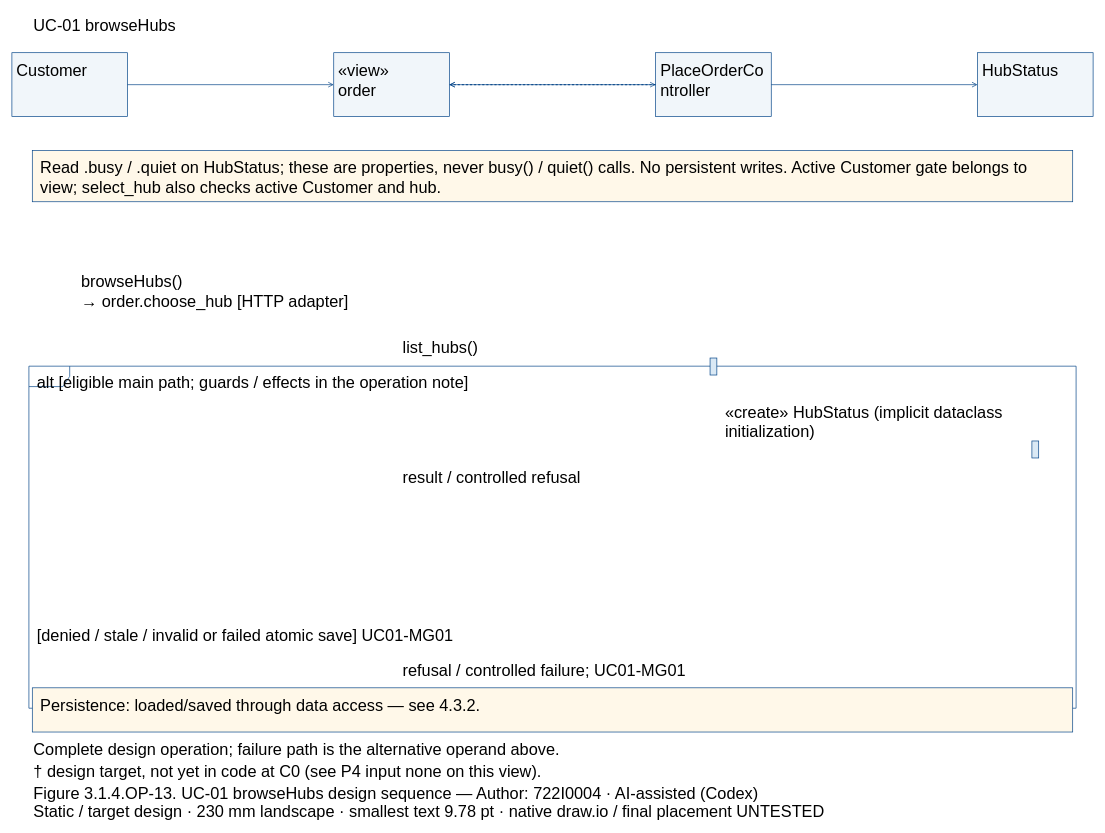
Dat071104/SaigonBite keeps this draw.io diagram as models/UC-01/seq_uc01_browseHubs.drawio. Above is the earlier version. Source tidied: cells renumbered, new cells numbered last; positions are measured from the earlier drawing's top-left corner, leaving out a move shared by most shapes. Both pictures are drawn from the tidied source at 68%, with x=0, y=0 at pixel (12, 12).
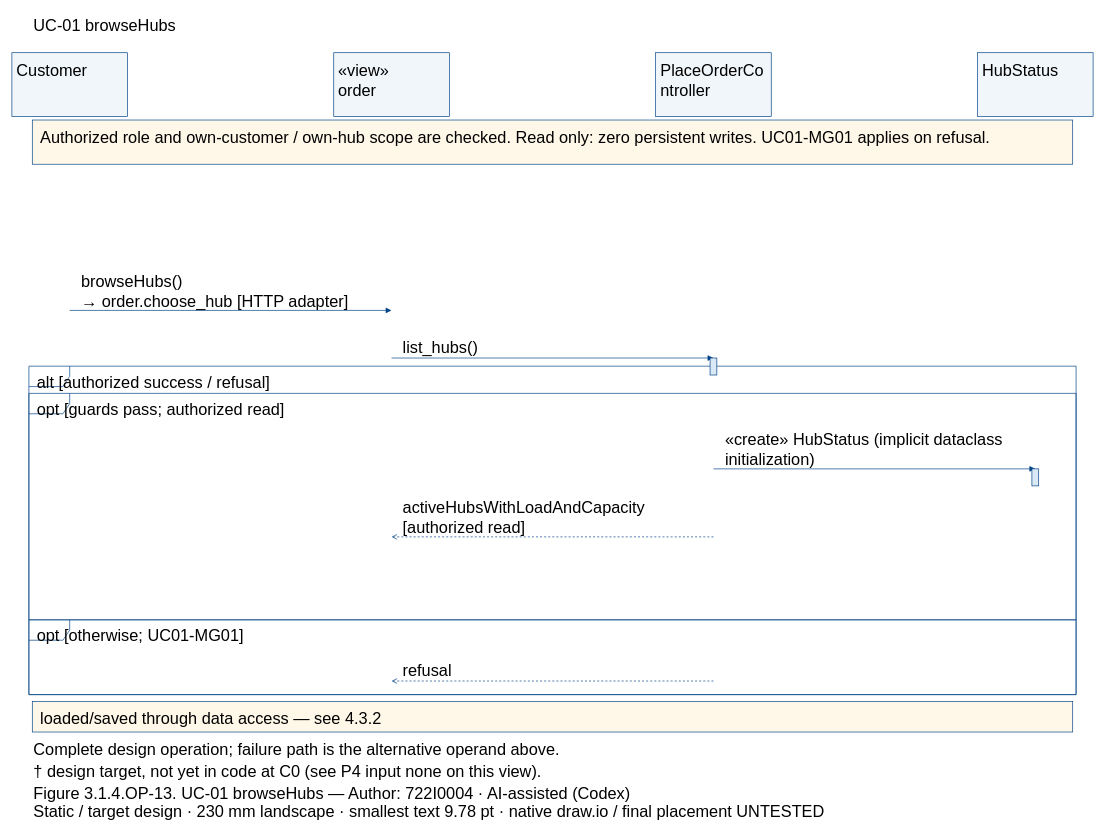
The same page after the edit.

Unchanged cells that the change refers to:
```xml
<mxCell id="3" style="fillColor=#F1F6FA;strokeColor=#004387;fontFamily=Arial;fontSize=24;whiteSpace=wrap;html=0;" parent="1" vertex="1">
  <mxGeometry y="60" width="170" height="94" as="geometry" />
</mxCell>
<mxCell id="5" style="fillColor=#F1F6FA;strokeColor=#004387;fontFamily=Arial;fontSize=24;whiteSpace=wrap;html=0;" parent="1" vertex="1">
  <mxGeometry x="473.3" y="60" width="170" height="94" as="geometry" />
</mxCell>
<mxCell id="7" style="fillColor=#F1F6FA;strokeColor=#004387;fontFamily=Arial;fontSize=24;whiteSpace=wrap;html=0;" parent="1" vertex="1">
  <mxGeometry x="946.7" y="60" width="170" height="94" as="geometry" />
</mxCell>
<mxCell id="9" style="fillColor=#F1F6FA;strokeColor=#004387;fontFamily=Arial;fontSize=24;whiteSpace=wrap;html=0;" parent="1" vertex="1">
  <mxGeometry x="1420" y="60" width="170" height="94" as="geometry" />
</mxCell>
```

Diff of the diagram source:
```diff
@@
-    <mxCell id="11" style="fillColor=white;strokeColor=#004387;shape=umlFrame;fillColor=none;fontFamily=Arial;fontSize=24;whiteSpace=wrap;html=0;" parent="1" vertex="1">
-      <mxGeometry x="25" y="521" width="1540" height="503" as="geometry" />
-    </mxCell>
-    <mxCell id="12" value="alt [eligible main path; guards / effects in the operation note]" style="text;align=left;verticalAlign=top;strokeColor=none;fillColor=none;fontFamily=Arial;fontSize=24;whiteSpace=wrap;html=0;" parent="1" vertex="1">
-      <mxGeometry x="35" y="524" width="1520" height="27.6" as="geometry" />
-    </mxCell>
-    <mxCell id="13" value="[denied / stale / invalid or failed atomic save] UC01-MG01" style="text;align=left;verticalAlign=top;strokeColor=none;fillColor=none;fontFamily=Arial;fontSize=24;whiteSpace=wrap;html=0;" parent="1" vertex="1">
-      <mxGeometry x="35" y="897" width="1520" height="27.6" as="geometry" />
-    </mxCell>
-    <mxCell id="14" style="fillColor=#FFF8E9;strokeColor=#004387;fontFamily=Arial;fontSize=24;whiteSpace=wrap;html=0;" parent="1" vertex="1">
-      <mxGeometry x="30" y="204" width="1530" height="75.2" as="geometry" />
-    </mxCell>
-    <mxCell id="15" value="Read .busy / .quiet on HubStatus; these are properties, never busy() / quiet() calls. No persistent writes. Active Customer gate belongs to&#10;view; select_hub also checks active Customer and hub." style="text;align=left;verticalAlign=top;strokeColor=none;fillColor=none;fontFamily=Arial;fontSize=24;whiteSpace=wrap;html=0;" parent="1" vertex="1">
-      <mxGeometry x="40" y="209" width="1510" height="55.2" as="geometry" />
-    </mxCell>
-    <mxCell id="16" style="fillColor=#FFF8E9;strokeColor=#004387;fontFamily=Arial;fontSize=24;whiteSpace=wrap;html=0;" parent="1" vertex="1">
-      <mxGeometry x="30" y="994" width="1530" height="65" as="geometry" />
-    </mxCell>
-    <mxCell id="17" value="Persistence: loaded/saved through data access — see 4.3.2." style="text;align=left;verticalAlign=top;strokeColor=none;fillColor=none;fontFamily=Arial;fontSize=24;whiteSpace=wrap;html=0;" parent="1" vertex="1">
-      <mxGeometry x="40" y="999" width="1510" height="27.6" as="geometry" />
-    </mxCell>
-    <mxCell id="18" style="edgeStyle=none;endArrow=open;strokeColor=#004387;" parent="1" edge="1" source="3" target="5">
-      <mxGeometry relative="1" as="geometry" />
-    </mxCell>
+    <mxCell id="34" style="fillColor=white;strokeColor=#004387;shape=umlFrame;fillColor=none;fontFamily=Arial;fontSize=24;whiteSpace=wrap;html=0;" parent="1" vertex="1">
+      <mxGeometry x="25" y="521" width="1540" height="483" as="geometry" />
+    </mxCell>
+    <mxCell id="35" value="alt [authorized success / refusal]" style="text;align=left;verticalAlign=top;strokeColor=none;fillColor=none;fontFamily=Arial;fontSize=24;whiteSpace=wrap;html=0;" parent="1" vertex="1">
+      <mxGeometry x="35" y="524" width="1520" height="27.6" as="geometry" />
+    </mxCell>
+    <mxCell id="36" style="fillColor=white;strokeColor=#004387;shape=umlFrame;fillColor=none;fontFamily=Arial;fontSize=24;whiteSpace=wrap;html=0;" parent="1" vertex="1">
+      <mxGeometry x="25" y="561" width="1540" height="333" as="geometry" />
+    </mxCell>
+    <mxCell id="37" value="opt [guards pass; authorized read]" style="text;align=left;verticalAlign=top;strokeColor=none;fillColor=none;fontFamily=Arial;fontSize=24;whiteSpace=wrap;html=0;" parent="1" vertex="1">
+      <mxGeometry x="35" y="564" width="1520" height="27.6" as="geometry" />
+    </mxCell>
+    <mxCell id="38" style="fillColor=white;strokeColor=#004387;shape=umlFrame;fillColor=none;fontFamily=Arial;fontSize=24;whiteSpace=wrap;html=0;" parent="1" vertex="1">
+      <mxGeometry x="25" y="894" width="1540" height="110" as="geometry" />
+    </mxCell>
+    <mxCell id="39" value="opt [otherwise; UC01-MG01]" style="text;align=left;verticalAlign=top;strokeColor=none;fillColor=none;fontFamily=Arial;fontSize=24;whiteSpace=wrap;html=0;" parent="1" vertex="1">
+      <mxGeometry x="35" y="897" width="1520" height="27.6" as="geometry" />
+    </mxCell>
+    <mxCell id="40" style="fillColor=#FFF8E9;strokeColor=#004387;fontFamily=Arial;fontSize=24;whiteSpace=wrap;html=0;" parent="1" vertex="1">
+      <mxGeometry x="30" y="159" width="1530" height="65" as="geometry" />
+    </mxCell>
+    <mxCell id="41" value="Authorized role and own-customer / own-hub scope are checked. Read only: zero persistent writes. UC01-MG01 applies on refusal." style="text;align=left;verticalAlign=top;strokeColor=none;fillColor=none;fontFamily=Arial;fontSize=24;whiteSpace=wrap;html=0;" parent="1" vertex="1">
+      <mxGeometry x="40" y="164" width="1510" height="27.6" as="geometry" />
+    </mxCell>
+    <mxCell id="42" style="fillColor=#FFF8E9;strokeColor=#004387;fontFamily=Arial;fontSize=24;whiteSpace=wrap;html=0;" parent="1" vertex="1">
+      <mxGeometry x="30" y="1014" width="1530" height="45" as="geometry" />
+    </mxCell>
+    <mxCell id="43" value="loaded/saved through data access — see 4.3.2" style="text;align=left;verticalAlign=top;strokeColor=none;fillColor=none;fontFamily=Arial;fontSize=24;whiteSpace=wrap;html=0;" parent="1" vertex="1">
+      <mxGeometry x="40" y="1019" width="1510" height="27.6" as="geometry" />
+    </mxCell>
+    <mxCell id="44" style="opacity=0;strokeColor=none;fillColor=none;fontFamily=Arial;fontSize=24;whiteSpace=wrap;html=0;" parent="1" vertex="1">
+      <mxGeometry x="84.5" y="438.5" width="1" height="1" as="geometry" />
+    </mxCell>
+    <mxCell id="45" style="opacity=0;strokeColor=none;fillColor=none;fontFamily=Arial;fontSize=24;whiteSpace=wrap;html=0;" parent="1" vertex="1">
+      <mxGeometry x="557.8" y="438.5" width="1" height="1" as="geometry" />
+    </mxCell>
+    <mxCell id="46" style="edgeStyle=none;endArrow=block;endFill=1;strokeColor=#004387;exitX=0.5;exitY=0.5;exitPerimeter=0;entryX=0.5;entryY=0.5;entryPerimeter=0;" parent="1" edge="1" source="44" target="45">
+      <mxGeometry relative="1" as="geometry" />
+    </mxCell>
@@
-    <mxCell id="20" style="edgeStyle=none;endArrow=open;strokeColor=#004387;" parent="1" edge="1" source="5" target="7">
-      <mxGeometry relative="1" as="geometry" />
-    </mxCell>
+    <mxCell id="47" style="opacity=0;strokeColor=none;fillColor=none;fontFamily=Arial;fontSize=24;whiteSpace=wrap;html=0;" parent="1" vertex="1">
+      <mxGeometry x="557.8" y="508.5" width="1" height="1" as="geometry" />
+    </mxCell>
+    <mxCell id="48" style="opacity=0;strokeColor=none;fillColor=none;fontFamily=Arial;fontSize=24;whiteSpace=wrap;html=0;" parent="1" vertex="1">
+      <mxGeometry x="1031.2" y="508.5" width="1" height="1" as="geometry" />
+    </mxCell>
+    <mxCell id="49" style="edgeStyle=none;endArrow=block;endFill=1;strokeColor=#004387;exitX=0.5;exitY=0.5;exitPerimeter=0;entryX=0.5;entryY=0.5;entryPerimeter=0;" parent="1" edge="1" source="47" target="48">
+      <mxGeometry relative="1" as="geometry" />
+    </mxCell>
@@
-    <mxCell id="22" style="fillColor=#DAE9F5;strokeColor=#004387;fontFamily=Arial;fontSize=24;whiteSpace=wrap;html=0;" parent="1" vertex="1">
-      <mxGeometry x="1026.7" y="509" width="10" height="25" as="geometry" />
-    </mxCell>
-    <mxCell id="23" style="edgeStyle=none;endArrow=open;strokeColor=#004387;" parent="1" edge="1" source="7" target="9">
-      <mxGeometry relative="1" as="geometry" />
-    </mxCell>
+    <mxCell id="25" style="fillColor=#DAE9F5;strokeColor=#004387;fontFamily=Arial;fontSize=24;whiteSpace=wrap;html=0;" parent="1" vertex="1">
+      <mxGeometry x="1026.7" y="509" width="10" height="25" as="geometry" />
+    </mxCell>
+    <mxCell id="50" style="opacity=0;strokeColor=none;fillColor=none;fontFamily=Arial;fontSize=24;whiteSpace=wrap;html=0;" parent="1" vertex="1">
+      <mxGeometry x="1031.2" y="671.5" width="1" height="1" as="geometry" />
+    </mxCell>
+    <mxCell id="51" style="opacity=0;strokeColor=none;fillColor=none;fontFamily=Arial;fontSize=24;whiteSpace=wrap;html=0;" parent="1" vertex="1">
+      <mxGeometry x="1504.5" y="671.5" width="1" height="1" as="geometry" />
+    </mxCell>
+    <mxCell id="52" style="edgeStyle=none;endArrow=block;endFill=1;strokeColor=#004387;exitX=0.5;exitY=0.5;exitPerimeter=0;entryX=0.5;entryY=0.5;entryPerimeter=0;" parent="1" edge="1" source="50" target="51">
+      <mxGeometry relative="1" as="geometry" />
+    </mxCell>
     <mxCell id="24" value="«create» HubStatus (implicit dataclass&#10;initialization)" style="text;align=left;verticalAlign=top;strokeColor=none;fillColor=none;fontFamily=Arial;fontSize=24;whiteSpace=wrap;html=0;" parent="1" vertex="1">
-      <mxGeometry x="1046.7" y="567.8" width="443.3" height="55.2" as="geometry" />
+      <mxGeometry x="1046.7" y="608.8" width="443.3" height="55.2" as="geometry" />
     </mxCell>
-    <mxCell id="25" style="fillColor=#DAE9F5;strokeColor=#004387;fontFamily=Arial;fontSize=24;whiteSpace=wrap;html=0;" parent="1" vertex="1">
-      <mxGeometry x="1500" y="631" width="10" height="25" as="geometry" />
-    </mxCell>
-    <mxCell id="26" style="edgeStyle=none;endArrow=open;dashed=1;strokeColor=#004387;" parent="1" edge="1" source="7" target="5">
-      <mxGeometry relative="1" as="geometry" />
-    </mxCell>
-    <mxCell id="27" value="result / controlled refusal" style="text;align=left;verticalAlign=top;strokeColor=none;fillColor=none;fontFamily=Arial;fontSize=24;whiteSpace=wrap;html=0;" parent="1" vertex="1">
-      <mxGeometry x="573.3" y="665.4" width="443.3" height="27.6" as="geometry" />
-    </mxCell>
-    <mxCell id="28" style="edgeStyle=none;endArrow=open;dashed=1;strokeColor=#004387;" parent="1" edge="1" source="7" target="5">
-      <mxGeometry relative="1" as="geometry" />
-    </mxCell>
-    <mxCell id="29" value="refusal / controlled failure; UC01-MG01" style="text;align=left;verticalAlign=top;strokeColor=none;fillColor=none;fontFamily=Arial;fontSize=24;whiteSpace=wrap;html=0;" parent="1" vertex="1">
-      <mxGeometry x="573.3" y="948.4" width="443.3" height="27.6" as="geometry" />
-    </mxCell>
-    <mxCell id="30" value="Complete design operation; failure path is the alternative operand above." style="text;align=left;verticalAlign=top;strokeColor=none;fillColor=none;fontFamily=Arial;fontSize=24;whiteSpace=wrap;html=0;" parent="1" vertex="1">
-      <mxGeometry x="30" y="1064" width="1530" height="27.6" as="geometry" />
-    </mxCell>
+    <mxCell id="53" style="fillColor=#DAE9F5;strokeColor=#004387;fontFamily=Arial;fontSize=24;whiteSpace=wrap;html=0;" parent="1" vertex="1">
+      <mxGeometry x="1500" y="672" width="10" height="25" as="geometry" />
+    </mxCell>
+    <mxCell id="54" style="opacity=0;strokeColor=none;fillColor=none;fontFamily=Arial;fontSize=24;whiteSpace=wrap;html=0;" parent="1" vertex="1">
+      <mxGeometry x="1031.2" y="771.5" width="1" height="1" as="geometry" />
+    </mxCell>
+    <mxCell id="55" style="opacity=0;strokeColor=none;fillColor=none;fontFamily=Arial;fontSize=24;whiteSpace=wrap;html=0;" parent="1" vertex="1">
+      <mxGeometry x="557.8" y="771.5" width="1" height="1" as="geometry" />
+    </mxCell>
+    <mxCell id="56" style="edgeStyle=none;endArrow=open;endFill=0;dashed=1;strokeColor=#004387;exitX=0.5;exitY=0.5;exitPerimeter=0;entryX=0.5;entryY=0.5;entryPerimeter=0;" parent="1" edge="1" source="54" target="55">
+      <mxGeometry relative="1" as="geometry" />
+    </mxCell>
+    <mxCell id="57" value="activeHubsWithLoadAndCapacity&#10;[authorized read]" style="text;align=left;verticalAlign=top;strokeColor=none;fillColor=none;fontFamily=Arial;fontSize=24;whiteSpace=wrap;html=0;" parent="1" vertex="1">
+      <mxGeometry x="573.3" y="708.8" width="443.3" height="55.2" as="geometry" />
+    </mxCell>
+    <mxCell id="58" style="opacity=0;strokeColor=none;fillColor=none;fontFamily=Arial;fontSize=24;whiteSpace=wrap;html=0;" parent="1" vertex="1">
+      <mxGeometry x="1031.2" y="983.5" width="1" height="1" as="geometry" />
+    </mxCell>
+    <mxCell id="59" style="opacity=0;strokeColor=none;fillColor=none;fontFamily=Arial;fontSize=24;whiteSpace=wrap;html=0;" parent="1" vertex="1">
+      <mxGeometry x="557.8" y="983.5" width="1" height="1" as="geometry" />
+    </mxCell>
+    <mxCell id="60" style="edgeStyle=none;endArrow=open;endFill=0;dashed=1;strokeColor=#004387;exitX=0.5;exitY=0.5;exitPerimeter=0;entryX=0.5;entryY=0.5;entryPerimeter=0;" parent="1" edge="1" source="58" target="59">
+      <mxGeometry relative="1" as="geometry" />
+    </mxCell>
+    <mxCell id="61" value="refusal" style="text;align=left;verticalAlign=top;strokeColor=none;fillColor=none;fontFamily=Arial;fontSize=24;whiteSpace=wrap;html=0;" parent="1" vertex="1">
+      <mxGeometry x="573.3" y="948.4" width="443.3" height="27.6" as="geometry" />
+    </mxCell>
+    <mxCell id="33" value="Complete design operation; failure path is the alternative operand above." style="text;align=left;verticalAlign=top;strokeColor=none;fillColor=none;fontFamily=Arial;fontSize=24;whiteSpace=wrap;html=0;" parent="1" vertex="1">
+      <mxGeometry x="30" y="1064" width="1530" height="27.6" as="geometry" />
+    </mxCell>
@@
-    <mxCell id="32" value="Figure 3.1.4.OP-13. UC-01 browseHubs design sequence — Author: 722I0004 · AI-assisted (Codex)" style="text;align=left;verticalAlign=top;strokeColor=none;fillColor=none;fontFamily=Arial;fontSize=24;whiteSpace=wrap;html=0;" parent="1" vertex="1">
-      <mxGeometry x="30" y="1129" width="1530" height="27.6" as="geometry" />
-    </mxCell>
-    <mxCell id="33" value="Static / target design · 230 mm landscape · smallest text 9.78 pt · native draw.io / final placement UNTESTED" style="text;align=left;verticalAlign=top;strokeColor=none;fillColor=none;fontFamily=Arial;fontSize=24;whiteSpace=wrap;html=0;" parent="1" vertex="1">
-      <mxGeometry x="30" y="1155" width="1530" height="27.6" as="geometry" />
-    </mxCell>
+    <mxCell id="62" value="Figure 3.1.4.OP-13. UC-01 browseHubs — Author: 722I0004 · AI-assisted (Codex)" style="text;align=left;verticalAlign=top;strokeColor=none;fillColor=none;fontFamily=Arial;fontSize=24;whiteSpace=wrap;html=0;" parent="1" vertex="1">
+      <mxGeometry x="30" y="1129" width="1530" height="27.6" as="geometry" />
+    </mxCell>
+    <mxCell id="63" value="Static / target design · 230 mm landscape · smallest text 9.78 pt · native draw.io / final placement UNTESTED" style="text;align=left;verticalAlign=top;strokeColor=none;fillColor=none;fontFamily=Arial;fontSize=24;whiteSpace=wrap;html=0;" parent="1" vertex="1">
+      <mxGeometry x="30" y="1155" width="1530" height="27.6" as="geometry" />
+    </mxCell>
```
